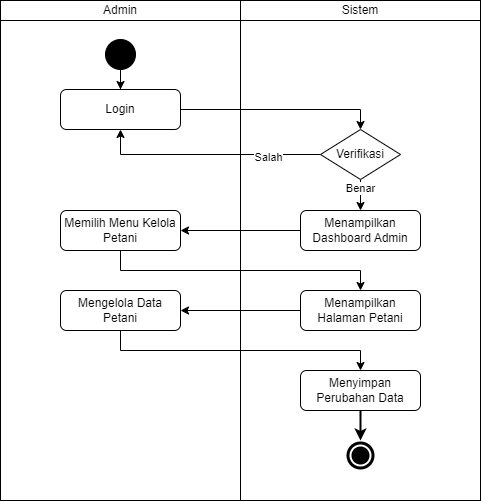
This is docs/activity-diagram/farmers/table-farmers.drawio.png from mitra-agro-usaha-perkebunan/maup-app-docs, a draw.io export, as it was before one commit. Source tidied: cells renumbered, new cells last; positions are measured from the earlier drawing's top-left corner, leaving out a move shared by most shapes.
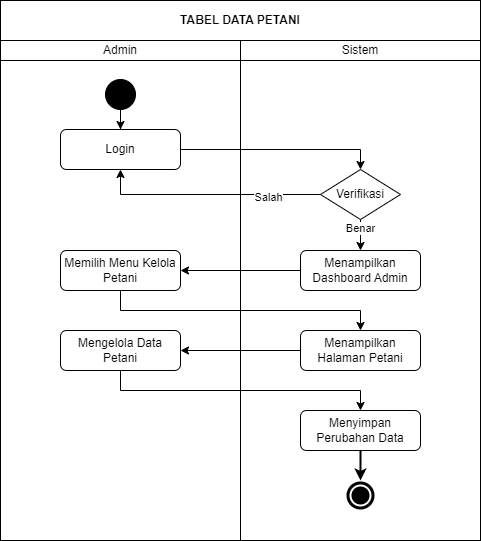
Later version of the same file.

Change to the diagram source:
```diff
@@ -97,5 +97,8 @@
     <mxCell id="25" value="Salah" style="edgeLabel;html=1;align=center;verticalAlign=middle;" parent="24" vertex="1">
       <mxGeometry x="-0.53" y="2" relative="1" as="geometry" />
     </mxCell>
+    <mxCell id="26" value="&lt;b&gt;TABEL DATA PETANI&lt;/b&gt;" style="rounded=0;whiteSpace=wrap;html=1;" parent="1" vertex="1">
+      <mxGeometry y="-40" width="480" height="40" as="geometry" />
+    </mxCell>
   </root>
 </mxGraphModel>
```
